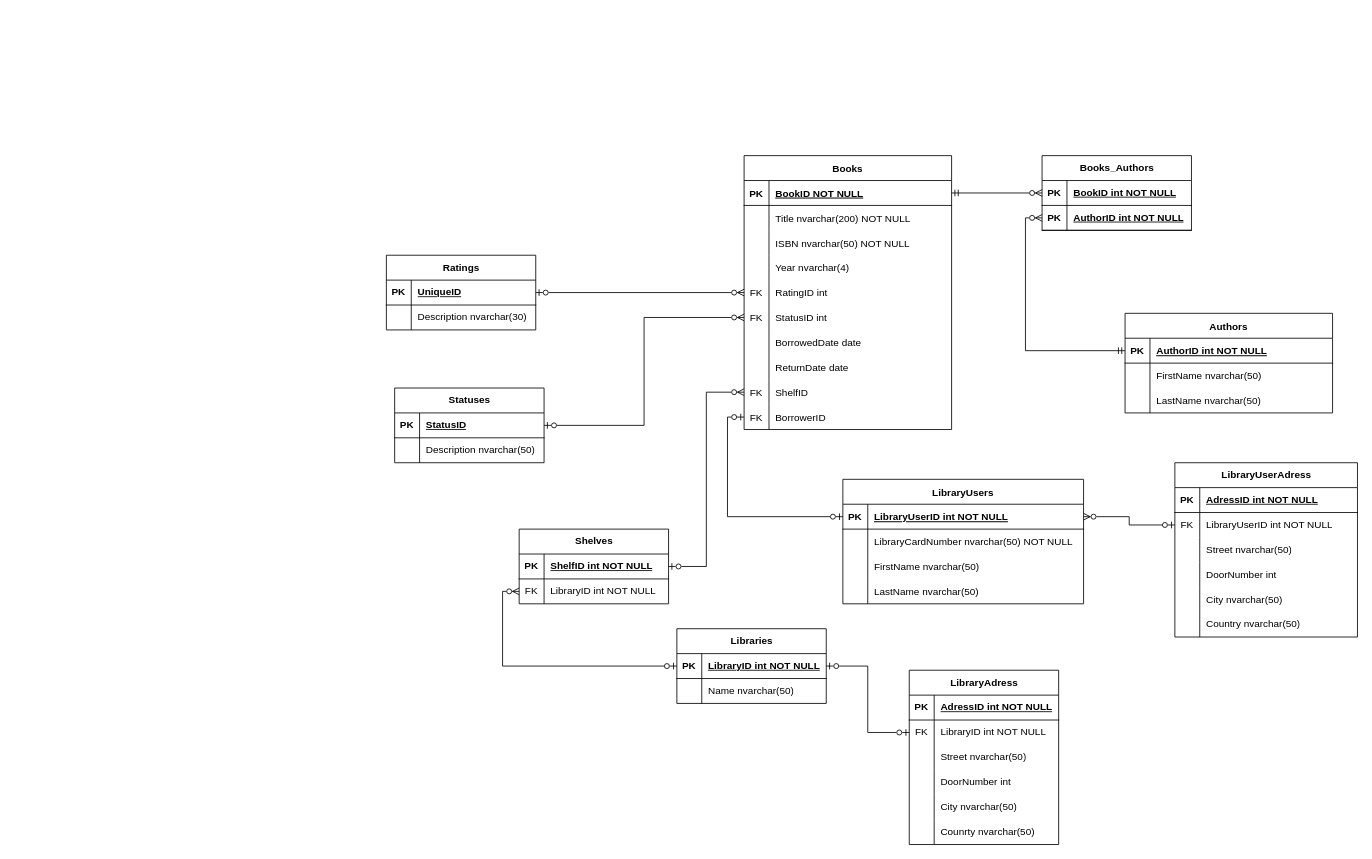
sarlinkle/LibraryAppWebAPI keeps this draw.io diagram as EntityRelationshipDiagram.drawio. Above is the earlier version. Source tidied: cells renumbered, new cells numbered last; positions are measured from the earlier drawing's top-left corner, leaving out a move shared by most shapes. Both pictures are drawn from the tidied source at 83%, with x=0, y=0 at pixel (386, 155).
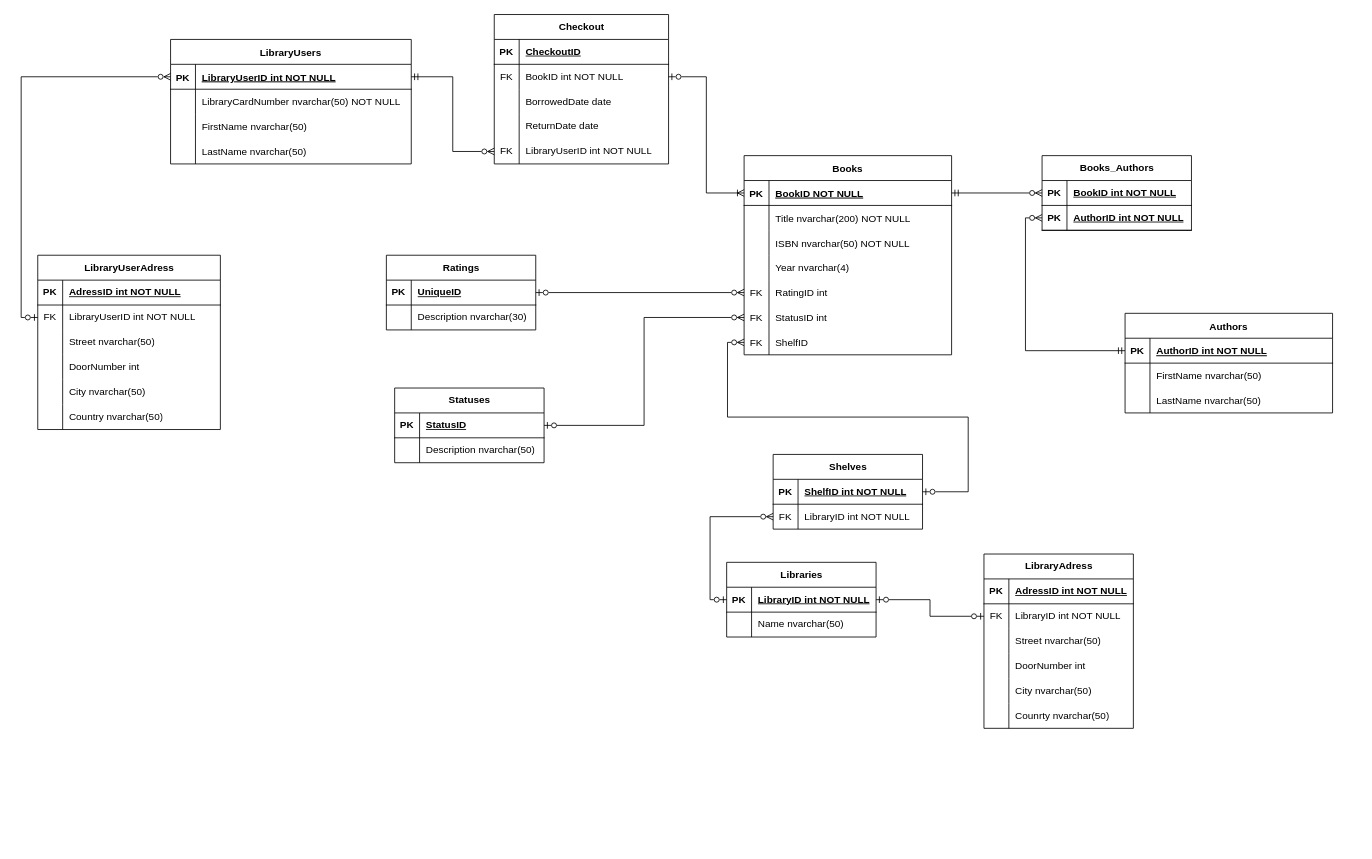
After the change.

Commit message:
Adding Checkout entity to ER-diagram

Unchanged cells that the change refers to:
```xml
<mxCell id="13" style="shape=partialRectangle;fillColor=none;points=[[0,0.5],[1,0.5]];portConstraint=eastwest;top=0;left=0;right=0;bottom=1;" parent="12" vertex="1">
  <mxGeometry y="30" width="290" height="30" as="geometry" />
</mxCell>
<mxCell id="26" style="shape=partialRectangle;fillColor=none;points=[[0,0.5],[1,0.5]];portConstraint=eastwest;top=0;left=0;right=0;bottom=1;" parent="25" vertex="1">
  <mxGeometry y="30" width="250" height="30" as="geometry" />
</mxCell>
<mxCell id="102" style="shape=tableRow;horizontal=0;startSize=0;swimlaneHead=0;swimlaneBody=0;fillColor=none;points=[[0,0.5],[1,0.5]];portConstraint=eastwest;top=0;left=0;right=0;bottom=0;" parent="98" vertex="1">
  <mxGeometry y="60" width="220" height="30" as="geometry" />
</mxCell>
```

Diff of the diagram source:
```diff
@@
     <mxCell id="12" value="LibraryUsers" style="shape=table;startSize=30;childLayout=tableLayout;rowLines=0;fontStyle=1;align=center;" parent="1" vertex="1">
-      <mxGeometry x="550" y="390" width="290" height="150" as="geometry" />
+      <mxGeometry x="-260" y="-140" width="290" height="150" as="geometry" />
     </mxCell>
@@
     <mxCell id="25" value="Books" style="shape=table;startSize=30;childLayout=tableLayout;rowLines=0;fontStyle=1;align=center;" parent="1" vertex="1">
-      <mxGeometry x="431" width="250" height="330" as="geometry" />
+      <mxGeometry x="431" width="250" height="240" as="geometry" />
     </mxCell>
@@
-    <mxCell id="44" style="shape=partialRectangle;fillColor=none;top=0;left=0;right=0;bottom=0;" parent="25" vertex="1">
-      <mxGeometry y="210" width="250" height="30" as="geometry" />
-    </mxCell>
-    <mxCell id="45" style="shape=partialRectangle;overflow=hidden;fillColor=none;top=0;left=0;bottom=0;right=0;" parent="44" vertex="1">
-      <mxGeometry width="30" height="30" as="geometry" />
-    </mxCell>
-    <mxCell id="46" value="BorrowedDate date" style="shape=partialRectangle;overflow=hidden;fillColor=none;top=0;left=0;bottom=0;right=0;align=left;spacingLeft=6;" parent="44" vertex="1">
-      <mxGeometry x="30" width="220" height="30" as="geometry" />
-    </mxCell>
-    <mxCell id="47" style="shape=partialRectangle;fillColor=none;top=0;left=0;right=0;bottom=0;" parent="25" vertex="1">
-      <mxGeometry y="240" width="250" height="30" as="geometry" />
-    </mxCell>
-    <mxCell id="48" style="shape=partialRectangle;overflow=hidden;fillColor=none;top=0;left=0;bottom=0;right=0;" parent="47" vertex="1">
-      <mxGeometry width="30" height="30" as="geometry" />
-    </mxCell>
-    <mxCell id="49" value="ReturnDate date" style="shape=partialRectangle;overflow=hidden;fillColor=none;top=0;left=0;bottom=0;right=0;align=left;spacingLeft=6;" parent="47" vertex="1">
-      <mxGeometry x="30" width="220" height="30" as="geometry" />
-    </mxCell>
     <mxCell id="50" style="shape=partialRectangle;fillColor=none;points=[[0,0.5],[1,0.5]];portConstraint=eastwest;top=0;left=0;right=0;bottom=0;" parent="25" vertex="1">
-      <mxGeometry y="270" width="250" height="30" as="geometry" />
+      <mxGeometry y="210" width="250" height="30" as="geometry" />
     </mxCell>
@@
-    <mxCell id="53" style="shape=partialRectangle;fillColor=none;points=[[0,0.5],[1,0.5]];portConstraint=eastwest;top=0;left=0;right=0;bottom=0;" parent="25" vertex="1">
-      <mxGeometry y="300" width="250" height="30" as="geometry" />
-    </mxCell>
-    <mxCell id="54" value="FK" style="shape=partialRectangle;overflow=hidden;fillColor=none;top=0;left=0;bottom=0;right=0;" parent="53" vertex="1">
-      <mxGeometry width="30" height="30" as="geometry" />
-    </mxCell>
-    <mxCell id="55" value="BorrowerID" style="shape=partialRectangle;overflow=hidden;fillColor=none;top=0;left=0;bottom=0;right=0;align=left;spacingLeft=6;" parent="53" vertex="1">
-      <mxGeometry x="30" width="220" height="30" as="geometry" />
-    </mxCell>
@@
     <mxCell id="63" value="Shelves" style="shape=table;startSize=30;childLayout=tableLayout;rowLines=0;fontStyle=1;align=center;html=1;" parent="1" vertex="1">
-      <mxGeometry x="160" y="450" width="180" height="90" as="geometry" />
+      <mxGeometry x="466" y="360" width="180" height="90" as="geometry" />
     </mxCell>
@@
     <mxCell id="70" value="Libraries" style="shape=table;startSize=30;childLayout=tableLayout;rowLines=0;fontStyle=1;align=center;html=1;" parent="1" vertex="1">
-      <mxGeometry x="350" y="570" width="180" height="90" as="geometry" />
+      <mxGeometry x="410" y="490" width="180" height="90" as="geometry" />
     </mxCell>
@@
-    <mxCell id="94" style="edgeStyle=orthogonalEdgeStyle;rounded=0;jettySize=auto;html=1;exitX=0;exitY=0.5;exitDx=0;exitDy=0;entryX=0;entryY=0.5;entryDx=0;entryDy=0;startArrow=ERzeroToOne;startFill=0;endArrow=ERzeroToOne;endFill=0;" parent="1" edge="1" source="53" target="13">
-      <mxGeometry relative="1" as="geometry" />
-    </mxCell>
@@
     <mxCell id="98" value="LibraryUserAdress" style="shape=table;startSize=30;childLayout=tableLayout;rowLines=0;fontStyle=1;align=center;html=1;" parent="1" vertex="1">
-      <mxGeometry x="950" y="370" width="220" height="210" as="geometry" />
+      <mxGeometry x="-420" y="120" width="220" height="210" as="geometry" />
     </mxCell>
@@
-    <mxCell id="117" style="edgeStyle=orthogonalEdgeStyle;rounded=0;jettySize=auto;html=1;exitX=1;exitY=0.5;exitDx=0;exitDy=0;entryX=0;entryY=0.5;entryDx=0;entryDy=0;startArrow=ERzeroToMany;startFill=0;endArrow=ERzeroToOne;endFill=0;" parent="1" edge="1" source="13" target="102">
+    <mxCell id="117" style="edgeStyle=orthogonalEdgeStyle;rounded=0;jettySize=auto;html=1;exitX=0;exitY=0.5;exitDx=0;exitDy=0;entryX=0;entryY=0.5;entryDx=0;entryDy=0;startArrow=ERzeroToMany;startFill=0;endArrow=ERzeroToOne;endFill=0;" parent="1" edge="1" source="13" target="102">
       <mxGeometry relative="1" as="geometry" />
     </mxCell>
     <mxCell id="118" value="LibraryAdress" style="shape=table;startSize=30;childLayout=tableLayout;rowLines=0;fontStyle=1;align=center;html=1;" parent="1" vertex="1">
-      <mxGeometry x="630" y="620" width="180" height="210" as="geometry" />
+      <mxGeometry x="720" y="480" width="180" height="210" as="geometry" />
     </mxCell>
@@
+    <mxCell id="138" value="Checkout" style="shape=table;startSize=30;childLayout=tableLayout;rowLines=0;fontStyle=1;align=center;html=1;" parent="1" vertex="1">
+      <mxGeometry x="130" y="-170" width="210" height="180" as="geometry" />
+    </mxCell>
+    <mxCell id="139" style="shape=tableRow;horizontal=0;startSize=0;swimlaneHead=0;swimlaneBody=0;fillColor=none;top=0;left=0;right=0;bottom=1;" parent="138" vertex="1">
+      <mxGeometry y="30" width="210" height="30" as="geometry" />
+    </mxCell>
+    <mxCell id="140" value="PK" style="shape=partialRectangle;fillColor=none;top=0;left=0;bottom=0;right=0;fontStyle=1;overflow=hidden;whiteSpace=wrap;html=1;" parent="139" vertex="1">
+      <mxGeometry width="30" height="30" as="geometry" />
+    </mxCell>
+    <mxCell id="141" value="CheckoutID" style="shape=partialRectangle;fillColor=none;top=0;left=0;bottom=0;right=0;align=left;spacingLeft=6;fontStyle=5;overflow=hidden;whiteSpace=wrap;html=1;" parent="139" vertex="1">
+      <mxGeometry x="30" width="180" height="30" as="geometry" />
+    </mxCell>
+    <mxCell id="142" style="shape=tableRow;horizontal=0;startSize=0;swimlaneHead=0;swimlaneBody=0;fillColor=none;points=[[0,0.5],[1,0.5]];portConstraint=eastwest;top=0;left=0;right=0;bottom=0;" parent="138" vertex="1">
+      <mxGeometry y="60" width="210" height="30" as="geometry" />
+    </mxCell>
+    <mxCell id="143" value="FK" style="shape=partialRectangle;fillColor=none;top=0;left=0;bottom=0;right=0;overflow=hidden;whiteSpace=wrap;html=1;" parent="142" vertex="1">
+      <mxGeometry width="30" height="30" as="geometry" />
+    </mxCell>
+    <mxCell id="144" value="BookID int NOT NULL" style="shape=partialRectangle;fillColor=none;top=0;left=0;bottom=0;right=0;align=left;spacingLeft=6;overflow=hidden;whiteSpace=wrap;html=1;" parent="142" vertex="1">
+      <mxGeometry x="30" width="180" height="30" as="geometry" />
+    </mxCell>
+    <mxCell id="145" style="shape=tableRow;horizontal=0;startSize=0;swimlaneHead=0;swimlaneBody=0;fillColor=none;top=0;left=0;right=0;bottom=0;" parent="138" vertex="1">
+      <mxGeometry y="90" width="210" height="30" as="geometry" />
+    </mxCell>
+    <mxCell id="146" style="shape=partialRectangle;fillColor=none;top=0;left=0;bottom=0;right=0;overflow=hidden;whiteSpace=wrap;html=1;" parent="145" vertex="1">
+      <mxGeometry width="30" height="30" as="geometry" />
+    </mxCell>
+    <mxCell id="46" value="&lt;span style=&quot;text-wrap: nowrap;&quot;&gt;BorrowedDate date&lt;/span&gt;" style="shape=partialRectangle;fillColor=none;top=0;left=0;bottom=0;right=0;align=left;spacingLeft=6;overflow=hidden;whiteSpace=wrap;html=1;" parent="145" vertex="1">
+      <mxGeometry x="30" width="180" height="30" as="geometry" />
+    </mxCell>
+    <mxCell id="147" style="shape=tableRow;horizontal=0;startSize=0;swimlaneHead=0;swimlaneBody=0;fillColor=none;top=0;left=0;right=0;bottom=0;" parent="138" vertex="1">
+      <mxGeometry y="120" width="210" height="30" as="geometry" />
+    </mxCell>
+    <mxCell id="148" style="shape=partialRectangle;fillColor=none;top=0;left=0;bottom=0;right=0;overflow=hidden;whiteSpace=wrap;html=1;" parent="147" vertex="1">
+      <mxGeometry width="30" height="30" as="geometry" />
+    </mxCell>
+    <mxCell id="49" value="&lt;span style=&quot;text-wrap: nowrap;&quot;&gt;ReturnDate date&lt;/span&gt;" style="shape=partialRectangle;fillColor=none;top=0;left=0;bottom=0;right=0;align=left;spacingLeft=6;overflow=hidden;whiteSpace=wrap;html=1;" parent="147" vertex="1">
+      <mxGeometry x="30" width="180" height="30" as="geometry" />
+    </mxCell>
+    <mxCell id="149" style="shape=tableRow;horizontal=0;startSize=0;swimlaneHead=0;swimlaneBody=0;fillColor=none;points=[[0,0.5],[1,0.5]];portConstraint=eastwest;top=0;left=0;right=0;bottom=0;" parent="138" vertex="1">
+      <mxGeometry y="150" width="210" height="30" as="geometry" />
+    </mxCell>
+    <mxCell id="150" value="FK" style="shape=partialRectangle;fillColor=none;top=0;left=0;bottom=0;right=0;overflow=hidden;whiteSpace=wrap;html=1;" parent="149" vertex="1">
+      <mxGeometry width="30" height="30" as="geometry" />
+    </mxCell>
+    <mxCell id="151" value="LibraryUserID int NOT NULL" style="shape=partialRectangle;fillColor=none;top=0;left=0;bottom=0;right=0;align=left;spacingLeft=6;overflow=hidden;whiteSpace=wrap;html=1;" parent="149" vertex="1">
+      <mxGeometry x="30" width="180" height="30" as="geometry" />
+    </mxCell>
+    <mxCell id="152" style="edgeStyle=orthogonalEdgeStyle;rounded=0;jettySize=auto;html=1;exitX=0;exitY=0.5;exitDx=0;exitDy=0;entryX=1;entryY=0.5;entryDx=0;entryDy=0;startArrow=ERoneToMany;startFill=0;endArrow=ERzeroToOne;endFill=0;" parent="1" edge="1" source="26" target="142">
+      <mxGeometry relative="1" as="geometry" />
+    </mxCell>
+    <mxCell id="153" style="edgeStyle=orthogonalEdgeStyle;rounded=0;jettySize=auto;html=1;exitX=0;exitY=0.5;exitDx=0;exitDy=0;entryX=1;entryY=0.5;entryDx=0;entryDy=0;startArrow=ERzeroToMany;startFill=0;endArrow=ERmandOne;endFill=0;" parent="1" edge="1" source="149" target="13">
+      <mxGeometry relative="1" as="geometry" />
+    </mxCell>
```
